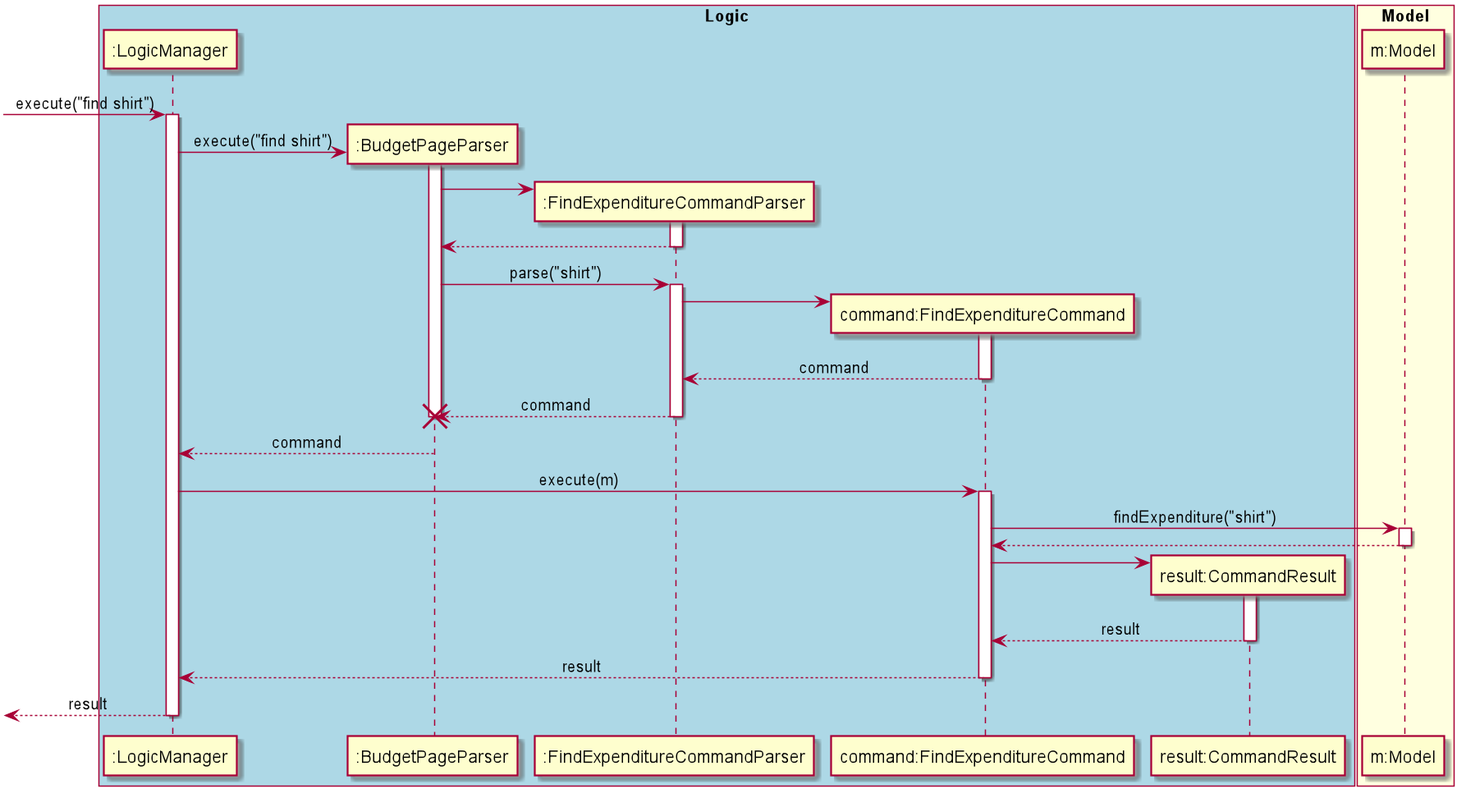
The PlantUML diagram docs/diagrams/commandsPlantUML/diagram/FindExpenditureCommand.png in yu-ming-chen/tp, before a commit.
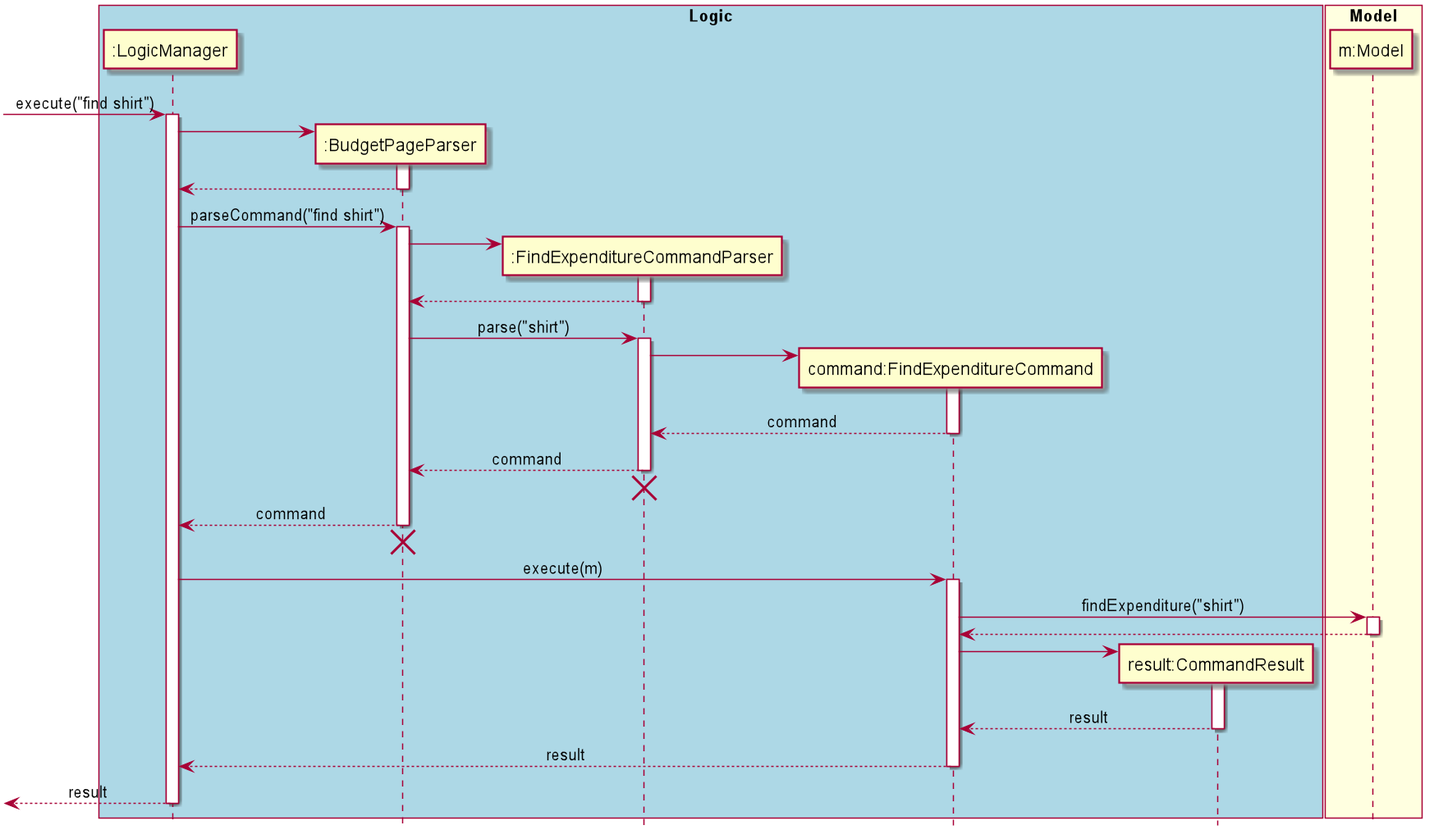
The same file after the commit.

Change to the diagram source:
```diff
@@ -1,4 +1,5 @@
 @startuml
+hide footbox
 skinparam Sequence {
     MessageAlign center
 }
@@ -16,8 +17,14 @@
 
 [-> LM : execute("find shirt")
 activate LM
+
 create BPP
-LM -> BPP : execute("find shirt")
+LM -> BPP
+activate BPP
+LM <-- BPP
+deactivate BPP
+
+LM -> BPP : parseCommand("find shirt")
 activate BPP
 
 create FECP
@@ -37,10 +44,14 @@
 
 BPP <-- FECP : command
 deactivate FECP
-destroy BPP
+BPP <-[hidden]- FECP
+destroy FECP
+
 
 LM <-- BPP : command
 deactivate BPP
+LM <-[hidden]- BPP
+destroy BPP
 
 LM -> FEC : execute(m)
 activate FEC
```
